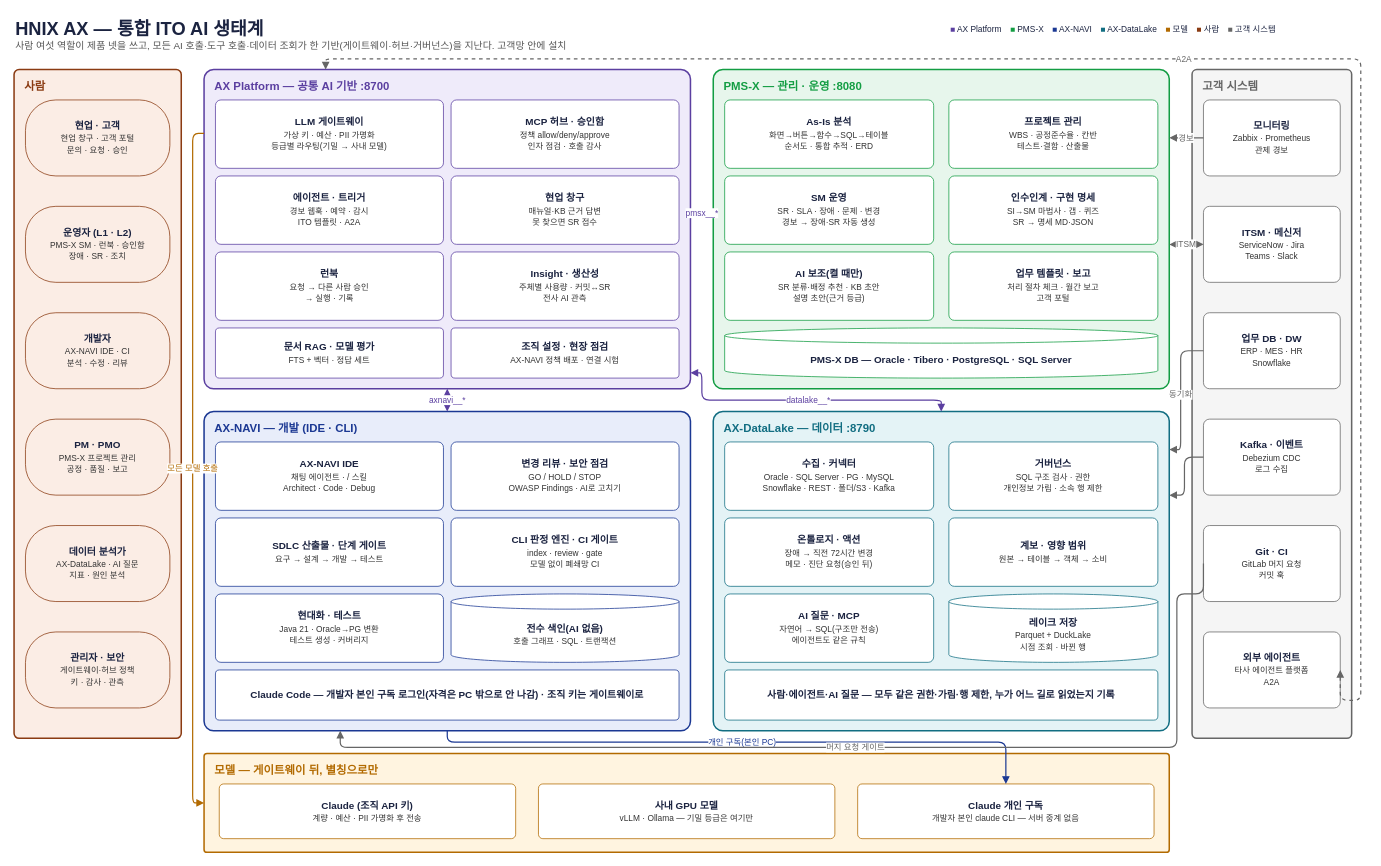
This is page "1. AI 생태계 한눈에" (1 of 4) of download/hnix-ax-ecosystem.drawio from Malburi/hnix-ax-site, a draw.io file, before an edit. Source tidied: cells renumbered, new cells numbered last; positions are measured from the earlier drawing's top-left corner, leaving out a move shared by most shapes. Both pictures are drawn from the tidied source at 76%, with x=0, y=0 at pixel (14, 13).
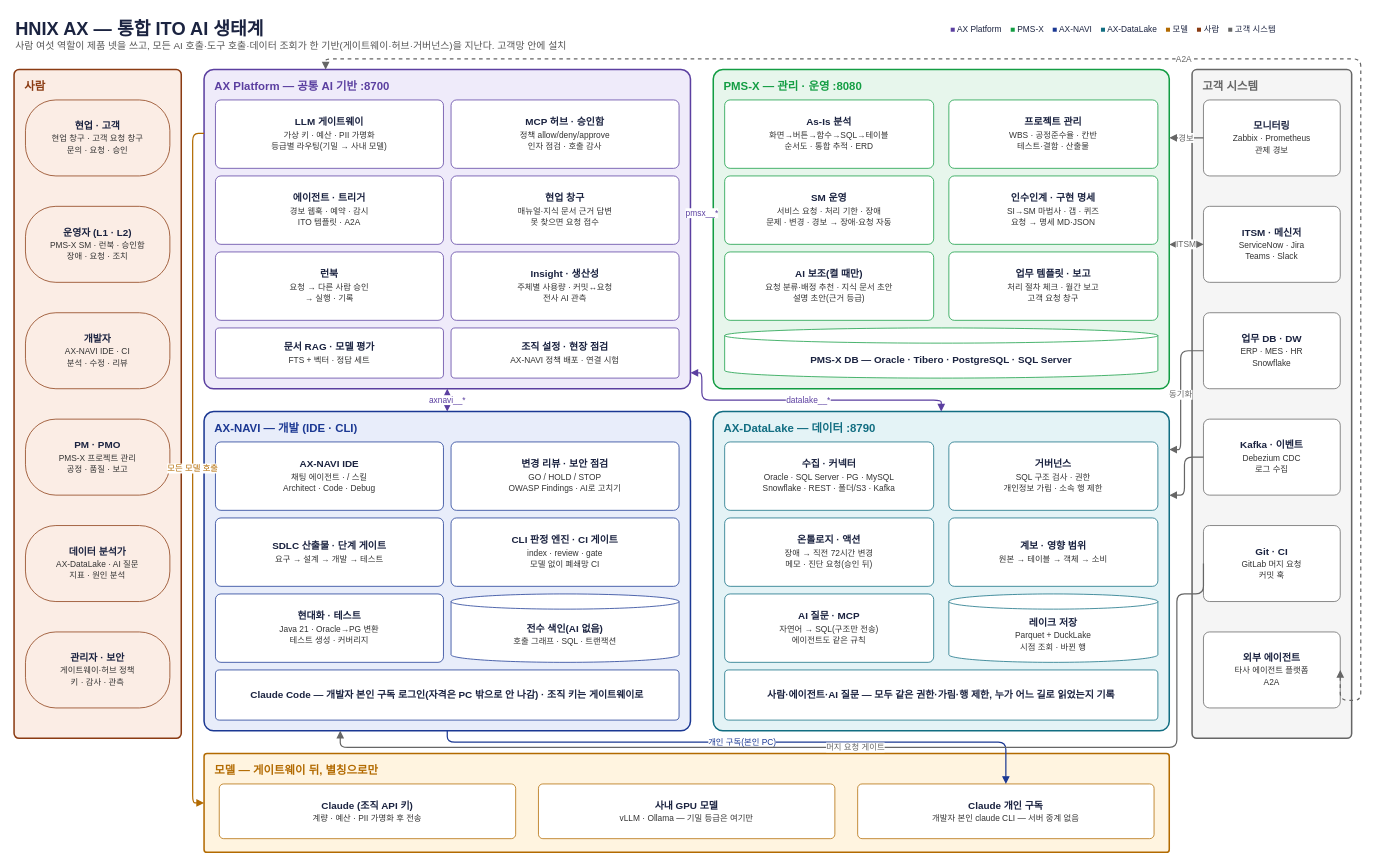
The same page after the edit.

The edit, as a diff of the source:
```diff
@@
-    <mxCell id="5" value="&lt;b&gt;현업 · 고객&lt;/b&gt;&lt;br&gt;&lt;font style='font-size:11px' color='#333333'&gt;현업 창구 · 고객 포털&lt;/font&gt;&lt;br&gt;&lt;font style='font-size:11px' color='#333333'&gt;문의 · 요청 · 승인&lt;/font&gt;" style="rounded=1;arcSize=40;whiteSpace=wrap;html=1;strokeColor=#8A3B12;fillColor=#FBEDE5;fontSize=13;fontColor=#1B2340;" parent="1" vertex="1">
+    <mxCell id="5" value="&lt;b&gt;현업 · 고객&lt;/b&gt;&lt;br&gt;&lt;font style='font-size:11px' color='#333333'&gt;현업 창구 · 고객 요청 창구&lt;/font&gt;&lt;br&gt;&lt;font style='font-size:11px' color='#333333'&gt;문의 · 요청 · 승인&lt;/font&gt;" style="rounded=1;arcSize=40;whiteSpace=wrap;html=1;strokeColor=#8A3B12;fillColor=#FBEDE5;fontSize=13;fontColor=#1B2340;" parent="1" vertex="1">
       <mxGeometry x="15" y="114" width="190" height="100" as="geometry" />
     </mxCell>
-    <mxCell id="6" value="&lt;b&gt;운영자 (L1 · L2)&lt;/b&gt;&lt;br&gt;&lt;font style='font-size:11px' color='#333333'&gt;PMS-X SM · 런북 · 승인함&lt;/font&gt;&lt;br&gt;&lt;font style='font-size:11px' color='#333333'&gt;장애 · SR · 조치&lt;/font&gt;" style="rounded=1;arcSize=40;whiteSpace=wrap;html=1;strokeColor=#8A3B12;fillColor=#FBEDE5;fontSize=13;fontColor=#1B2340;" parent="1" vertex="1">
+    <mxCell id="6" value="&lt;b&gt;운영자 (L1 · L2)&lt;/b&gt;&lt;br&gt;&lt;font style='font-size:11px' color='#333333'&gt;PMS-X SM · 런북 · 승인함&lt;/font&gt;&lt;br&gt;&lt;font style='font-size:11px' color='#333333'&gt;장애 · 요청 · 조치&lt;/font&gt;" style="rounded=1;arcSize=40;whiteSpace=wrap;html=1;strokeColor=#8A3B12;fillColor=#FBEDE5;fontSize=13;fontColor=#1B2340;" parent="1" vertex="1">
       <mxGeometry x="15" y="254" width="190" height="100" as="geometry" />
     </mxCell>
@@
-    <mxCell id="15" value="&lt;b&gt;현업 창구&lt;/b&gt;&lt;br&gt;&lt;font style='font-size:11px' color='#333333'&gt;매뉴얼·KB 근거 답변&lt;/font&gt;&lt;br&gt;&lt;font style='font-size:11px' color='#333333'&gt;못 찾으면 SR 접수&lt;/font&gt;" style="rounded=1;arcSize=8;whiteSpace=wrap;html=1;strokeColor=#5B3FA0;fillColor=#FFFFFF;fontSize=13;fontColor=#1B2340;" parent="1" vertex="1">
+    <mxCell id="15" value="&lt;b&gt;현업 창구&lt;/b&gt;&lt;br&gt;&lt;font style='font-size:11px' color='#333333'&gt;매뉴얼·지식 문서 근거 답변&lt;/font&gt;&lt;br&gt;&lt;font style='font-size:11px' color='#333333'&gt;못 찾으면 요청 접수&lt;/font&gt;" style="rounded=1;arcSize=8;whiteSpace=wrap;html=1;strokeColor=#5B3FA0;fillColor=#FFFFFF;fontSize=13;fontColor=#1B2340;" parent="1" vertex="1">
       <mxGeometry x="575" y="214" width="300" height="90" as="geometry" />
     </mxCell>
@@
-    <mxCell id="17" value="&lt;b&gt;Insight · 생산성&lt;/b&gt;&lt;br&gt;&lt;font style='font-size:11px' color='#333333'&gt;주체별 사용량 · 커밋↔SR&lt;/font&gt;&lt;br&gt;&lt;font style='font-size:11px' color='#333333'&gt;전사 AI 관측&lt;/font&gt;" style="rounded=1;arcSize=8;whiteSpace=wrap;html=1;strokeColor=#5B3FA0;fillColor=#FFFFFF;fontSize=13;fontColor=#1B2340;" parent="1" vertex="1">
+    <mxCell id="17" value="&lt;b&gt;Insight · 생산성&lt;/b&gt;&lt;br&gt;&lt;font style='font-size:11px' color='#333333'&gt;주체별 사용량 · 커밋↔요청&lt;/font&gt;&lt;br&gt;&lt;font style='font-size:11px' color='#333333'&gt;전사 AI 관측&lt;/font&gt;" style="rounded=1;arcSize=8;whiteSpace=wrap;html=1;strokeColor=#5B3FA0;fillColor=#FFFFFF;fontSize=13;fontColor=#1B2340;" parent="1" vertex="1">
       <mxGeometry x="575" y="314" width="300" height="90" as="geometry" />
     </mxCell>
@@
-    <mxCell id="23" value="&lt;b&gt;SM 운영&lt;/b&gt;&lt;br&gt;&lt;font style='font-size:11px' color='#333333'&gt;SR · SLA · 장애 · 문제 · 변경&lt;/font&gt;&lt;br&gt;&lt;font style='font-size:11px' color='#333333'&gt;경보 → 장애·SR 자동 생성&lt;/font&gt;" style="rounded=1;arcSize=8;whiteSpace=wrap;html=1;strokeColor=#139D43;fillColor=#FFFFFF;fontSize=13;fontColor=#1B2340;" parent="1" vertex="1">
+    <mxCell id="23" value="&lt;b&gt;SM 운영&lt;/b&gt;&lt;br&gt;&lt;font style='font-size:11px' color='#333333'&gt;서비스 요청 · 처리 기한 · 장애&lt;/font&gt;&lt;br&gt;&lt;font style='font-size:11px' color='#333333'&gt;문제 · 변경 · 경보 → 장애·요청 자동&lt;/font&gt;" style="rounded=1;arcSize=8;whiteSpace=wrap;html=1;strokeColor=#139D43;fillColor=#FFFFFF;fontSize=13;fontColor=#1B2340;" parent="1" vertex="1">
       <mxGeometry x="935" y="214" width="275" height="90" as="geometry" />
     </mxCell>
-    <mxCell id="24" value="&lt;b&gt;인수인계 · 구현 명세&lt;/b&gt;&lt;br&gt;&lt;font style='font-size:11px' color='#333333'&gt;SI→SM 마법사 · 갭 · 퀴즈&lt;/font&gt;&lt;br&gt;&lt;font style='font-size:11px' color='#333333'&gt;SR → 명세 MD·JSON&lt;/font&gt;" style="rounded=1;arcSize=8;whiteSpace=wrap;html=1;strokeColor=#139D43;fillColor=#FFFFFF;fontSize=13;fontColor=#1B2340;" parent="1" vertex="1">
+    <mxCell id="24" value="&lt;b&gt;인수인계 · 구현 명세&lt;/b&gt;&lt;br&gt;&lt;font style='font-size:11px' color='#333333'&gt;SI→SM 마법사 · 갭 · 퀴즈&lt;/font&gt;&lt;br&gt;&lt;font style='font-size:11px' color='#333333'&gt;요청 → 명세 MD·JSON&lt;/font&gt;" style="rounded=1;arcSize=8;whiteSpace=wrap;html=1;strokeColor=#139D43;fillColor=#FFFFFF;fontSize=13;fontColor=#1B2340;" parent="1" vertex="1">
       <mxGeometry x="1230" y="214" width="275" height="90" as="geometry" />
     </mxCell>
-    <mxCell id="25" value="&lt;b&gt;AI 보조(켤 때만)&lt;/b&gt;&lt;br&gt;&lt;font style='font-size:11px' color='#333333'&gt;SR 분류·배정 추천 · KB 초안&lt;/font&gt;&lt;br&gt;&lt;font style='font-size:11px' color='#333333'&gt;설명 초안(근거 등급)&lt;/font&gt;" style="rounded=1;arcSize=8;whiteSpace=wrap;html=1;strokeColor=#139D43;fillColor=#FFFFFF;fontSize=13;fontColor=#1B2340;" parent="1" vertex="1">
+    <mxCell id="25" value="&lt;b&gt;AI 보조(켤 때만)&lt;/b&gt;&lt;br&gt;&lt;font style='font-size:11px' color='#333333'&gt;요청 분류·배정 추천 · 지식 문서 초안&lt;/font&gt;&lt;br&gt;&lt;font style='font-size:11px' color='#333333'&gt;설명 초안(근거 등급)&lt;/font&gt;" style="rounded=1;arcSize=8;whiteSpace=wrap;html=1;strokeColor=#139D43;fillColor=#FFFFFF;fontSize=13;fontColor=#1B2340;" parent="1" vertex="1">
       <mxGeometry x="935" y="314" width="275" height="90" as="geometry" />
     </mxCell>
-    <mxCell id="26" value="&lt;b&gt;업무 템플릿 · 보고&lt;/b&gt;&lt;br&gt;&lt;font style='font-size:11px' color='#333333'&gt;처리 절차 체크 · 월간 보고&lt;/font&gt;&lt;br&gt;&lt;font style='font-size:11px' color='#333333'&gt;고객 포털&lt;/font&gt;" style="rounded=1;arcSize=8;whiteSpace=wrap;html=1;strokeColor=#139D43;fillColor=#FFFFFF;fontSize=13;fontColor=#1B2340;" parent="1" vertex="1">
+    <mxCell id="26" value="&lt;b&gt;업무 템플릿 · 보고&lt;/b&gt;&lt;br&gt;&lt;font style='font-size:11px' color='#333333'&gt;처리 절차 체크 · 월간 보고&lt;/font&gt;&lt;br&gt;&lt;font style='font-size:11px' color='#333333'&gt;고객 요청 창구&lt;/font&gt;" style="rounded=1;arcSize=8;whiteSpace=wrap;html=1;strokeColor=#139D43;fillColor=#FFFFFF;fontSize=13;fontColor=#1B2340;" parent="1" vertex="1">
       <mxGeometry x="1230" y="314" width="275" height="90" as="geometry" />
     </mxCell>
```
